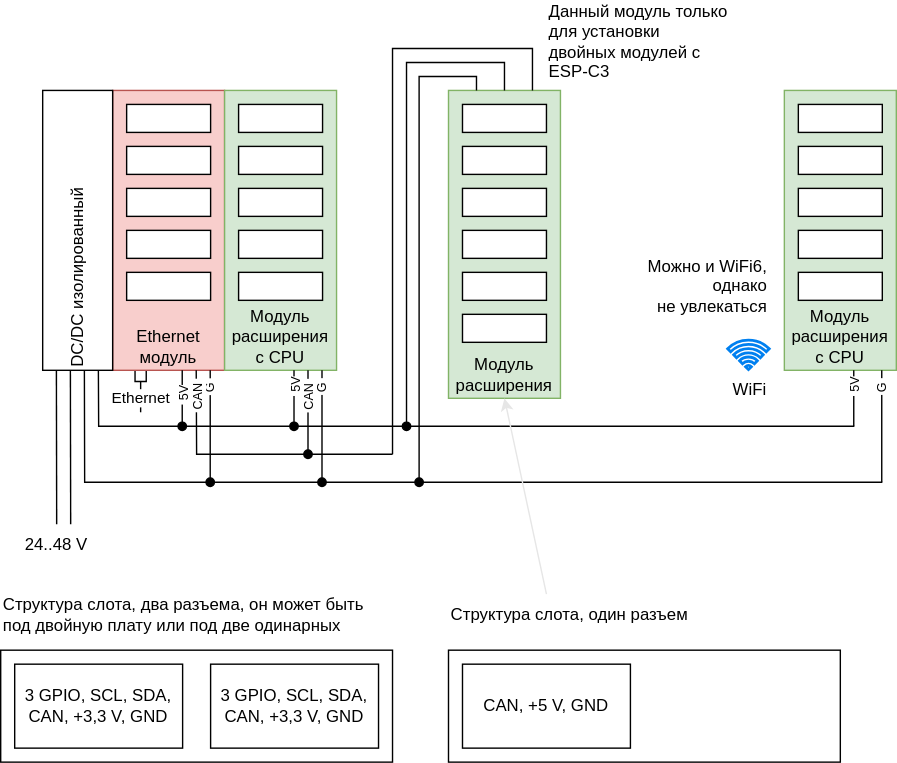
The draw.io diagram docs/esphome/pic/modules.svg in atitoff/CSH4, before a commit. Source tidied: cells renumbered, new cells last; positions are measured from the earlier drawing's top-left corner, leaving out a move shared by most shapes.
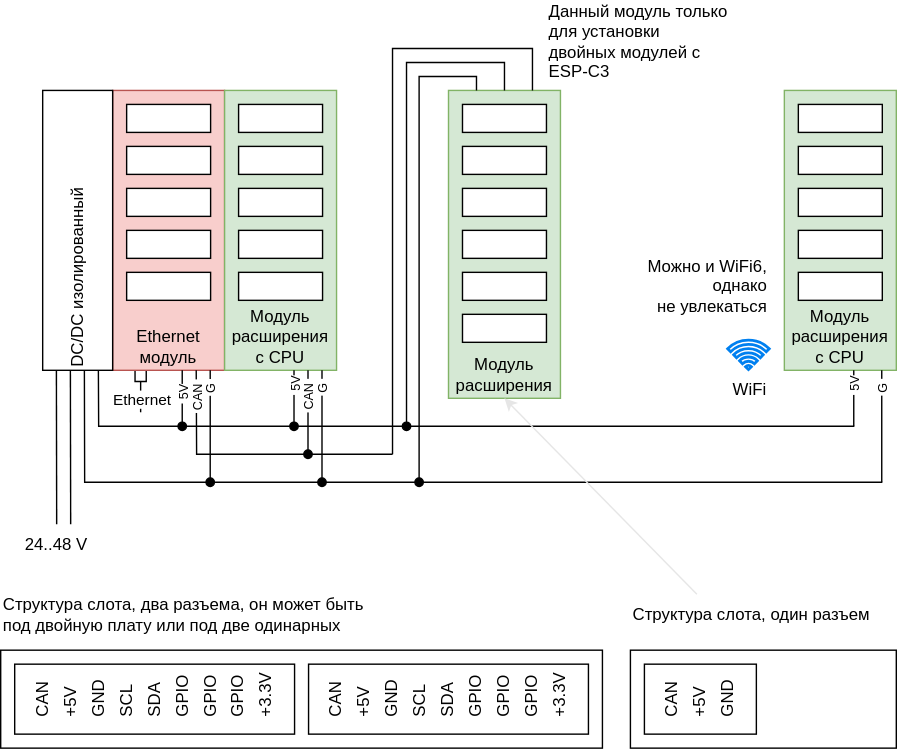
After the commit.

The edit, as a diff of the source:
```diff
@@ -200,17 +200,11 @@
       <mxGeometry x="450" y="175" width="99.7" height="30" as="geometry" />
     </mxCell>
     <mxCell id="46" style="rounded=0;whiteSpace=wrap;html=1;" parent="1" vertex="1">
-      <mxGeometry y="450" width="280" height="80" as="geometry" />
+      <mxGeometry y="450" width="430" height="70" as="geometry" />
     </mxCell>
-    <mxCell id="47" value="3 GPIO, SCL, SDA, CAN, +3,3 V, GND" style="rounded=0;whiteSpace=wrap;html=1;" parent="1" vertex="1">
-      <mxGeometry x="10" y="460" width="120" height="60" as="geometry" />
-    </mxCell>
     <mxCell id="48" value="Структура слота, два разъема, он может быть под двойную плату или под две одинарных" style="text;html=1;whiteSpace=wrap;strokeColor=none;fillColor=none;align=left;verticalAlign=middle;rounded=0;" parent="1" vertex="1">
       <mxGeometry y="410" width="280" height="30" as="geometry" />
     </mxCell>
-    <mxCell id="49" value="3 GPIO, SCL, SDA, CAN, +3,3 V, GND" style="rounded=0;whiteSpace=wrap;html=1;" parent="1" vertex="1">
-      <mxGeometry x="150" y="460" width="120" height="60" as="geometry" />
-    </mxCell>
     <mxCell id="50" value="Модуль расширения" style="rounded=0;whiteSpace=wrap;html=1;fillColor=#d5e8d4;strokeColor=#82b366;verticalAlign=bottom;" parent="1" vertex="1">
       <mxGeometry x="320" y="50" width="80" height="220" as="geometry" />
     </mxCell>
@@ -265,18 +259,87 @@
       <mxGeometry x="390" width="130" height="30" as="geometry" />
     </mxCell>
     <mxCell id="61" style="rounded=0;whiteSpace=wrap;html=1;" parent="1" vertex="1">
-      <mxGeometry x="320" y="450" width="280" height="80" as="geometry" />
+      <mxGeometry x="450" y="450" width="190" height="70" as="geometry" />
     </mxCell>
-    <mxCell id="62" value="CAN, +5 V, GND" style="rounded=0;whiteSpace=wrap;html=1;" parent="1" vertex="1">
-      <mxGeometry x="330" y="460" width="120" height="60" as="geometry" />
-    </mxCell>
     <mxCell id="63" value="Структура слота, один разъем" style="text;html=1;whiteSpace=wrap;strokeColor=none;fillColor=none;align=left;verticalAlign=middle;rounded=0;" parent="1" vertex="1">
-      <mxGeometry x="320" y="410" width="280" height="30" as="geometry" />
+      <mxGeometry x="450" y="410" width="190" height="30" as="geometry" />
     </mxCell>
     <mxCell id="64" style="endArrow=classic;html=1;rounded=0;exitX=0.25;exitY=0;exitDx=0;exitDy=0;strokeColor=#E6E6E6;" parent="1" edge="1" source="63">
       <mxGeometry relative="1" as="geometry">
         <mxPoint x="360" y="270" as="targetPoint" />
       </mxGeometry>
     </mxCell>
+    <mxCell id="65" value="CAN" style="text;html=1;whiteSpace=wrap;strokeColor=none;fillColor=none;align=left;verticalAlign=middle;rounded=0;horizontal=0;" parent="1" vertex="1">
+      <mxGeometry x="230" y="470" width="20" height="30" as="geometry" />
+    </mxCell>
+    <mxCell id="66" value="+5V" style="text;html=1;whiteSpace=wrap;strokeColor=none;fillColor=none;align=left;verticalAlign=middle;rounded=0;horizontal=0;" parent="1" vertex="1">
+      <mxGeometry x="250" y="470" width="20" height="30" as="geometry" />
+    </mxCell>
+    <mxCell id="67" value="GND" style="text;html=1;whiteSpace=wrap;strokeColor=none;fillColor=none;align=left;verticalAlign=middle;rounded=0;horizontal=0;" parent="1" vertex="1">
+      <mxGeometry x="270" y="470" width="20" height="30" as="geometry" />
+    </mxCell>
+    <mxCell id="68" value="SCL" style="text;html=1;whiteSpace=wrap;strokeColor=none;fillColor=none;align=left;verticalAlign=middle;rounded=0;horizontal=0;" parent="1" vertex="1">
+      <mxGeometry x="290" y="470" width="20" height="30" as="geometry" />
+    </mxCell>
+    <mxCell id="69" value="GPIO" style="text;html=1;whiteSpace=wrap;strokeColor=none;fillColor=none;align=left;verticalAlign=middle;rounded=0;horizontal=0;" parent="1" vertex="1">
+      <mxGeometry x="330" y="470" width="20" height="30" as="geometry" />
+    </mxCell>
+    <mxCell id="70" value="SDA" style="text;html=1;whiteSpace=wrap;strokeColor=none;fillColor=none;align=left;verticalAlign=middle;rounded=0;horizontal=0;" parent="1" vertex="1">
+      <mxGeometry x="310" y="470" width="20" height="30" as="geometry" />
+    </mxCell>
+    <mxCell id="71" value="GPIO" style="text;html=1;whiteSpace=wrap;strokeColor=none;fillColor=none;align=left;verticalAlign=middle;rounded=0;horizontal=0;" parent="1" vertex="1">
+      <mxGeometry x="350" y="470" width="20" height="30" as="geometry" />
+    </mxCell>
+    <mxCell id="72" value="GPIO" style="text;html=1;whiteSpace=wrap;strokeColor=none;fillColor=none;align=left;verticalAlign=middle;rounded=0;horizontal=0;" parent="1" vertex="1">
+      <mxGeometry x="370" y="470" width="20" height="30" as="geometry" />
+    </mxCell>
+    <mxCell id="73" value="+3.3V" style="text;html=1;whiteSpace=wrap;strokeColor=none;fillColor=none;align=left;verticalAlign=middle;rounded=0;horizontal=0;" parent="1" vertex="1">
+      <mxGeometry x="390" y="470" width="20" height="30" as="geometry" />
+    </mxCell>
+    <mxCell id="74" value="CAN" style="text;html=1;whiteSpace=wrap;strokeColor=none;fillColor=none;align=left;verticalAlign=middle;rounded=0;horizontal=0;" parent="1" vertex="1">
+      <mxGeometry x="470" y="470" width="20" height="30" as="geometry" />
+    </mxCell>
+    <mxCell id="75" value="+5V" style="text;html=1;whiteSpace=wrap;strokeColor=none;fillColor=none;align=left;verticalAlign=middle;rounded=0;horizontal=0;" parent="1" vertex="1">
+      <mxGeometry x="490" y="470" width="20" height="30" as="geometry" />
+    </mxCell>
+    <mxCell id="76" value="GND" style="text;html=1;whiteSpace=wrap;strokeColor=none;fillColor=none;align=left;verticalAlign=middle;rounded=0;horizontal=0;" parent="1" vertex="1">
+      <mxGeometry x="510" y="470" width="20" height="30" as="geometry" />
+    </mxCell>
+    <mxCell id="77" style="rounded=0;whiteSpace=wrap;html=1;fillColor=none;" parent="1" vertex="1">
+      <mxGeometry x="220" y="460" width="200" height="50" as="geometry" />
+    </mxCell>
+    <mxCell id="78" style="rounded=0;whiteSpace=wrap;html=1;fillColor=none;" parent="1" vertex="1">
+      <mxGeometry x="460" y="460" width="80" height="50" as="geometry" />
+    </mxCell>
+    <mxCell id="79" value="CAN" style="text;html=1;whiteSpace=wrap;strokeColor=none;fillColor=none;align=left;verticalAlign=middle;rounded=0;horizontal=0;" parent="1" vertex="1">
+      <mxGeometry x="20" y="470" width="20" height="30" as="geometry" />
+    </mxCell>
+    <mxCell id="80" value="+5V" style="text;html=1;whiteSpace=wrap;strokeColor=none;fillColor=none;align=left;verticalAlign=middle;rounded=0;horizontal=0;" parent="1" vertex="1">
+      <mxGeometry x="40" y="470" width="20" height="30" as="geometry" />
+    </mxCell>
+    <mxCell id="81" value="GND" style="text;html=1;whiteSpace=wrap;strokeColor=none;fillColor=none;align=left;verticalAlign=middle;rounded=0;horizontal=0;" parent="1" vertex="1">
+      <mxGeometry x="60" y="470" width="20" height="30" as="geometry" />
+    </mxCell>
+    <mxCell id="82" value="SCL" style="text;html=1;whiteSpace=wrap;strokeColor=none;fillColor=none;align=left;verticalAlign=middle;rounded=0;horizontal=0;" parent="1" vertex="1">
+      <mxGeometry x="80" y="470" width="20" height="30" as="geometry" />
+    </mxCell>
+    <mxCell id="83" value="GPIO" style="text;html=1;whiteSpace=wrap;strokeColor=none;fillColor=none;align=left;verticalAlign=middle;rounded=0;horizontal=0;" parent="1" vertex="1">
+      <mxGeometry x="120" y="470" width="20" height="30" as="geometry" />
+    </mxCell>
+    <mxCell id="84" value="SDA" style="text;html=1;whiteSpace=wrap;strokeColor=none;fillColor=none;align=left;verticalAlign=middle;rounded=0;horizontal=0;" parent="1" vertex="1">
+      <mxGeometry x="100" y="470" width="20" height="30" as="geometry" />
+    </mxCell>
+    <mxCell id="85" value="GPIO" style="text;html=1;whiteSpace=wrap;strokeColor=none;fillColor=none;align=left;verticalAlign=middle;rounded=0;horizontal=0;" parent="1" vertex="1">
+      <mxGeometry x="140" y="470" width="20" height="30" as="geometry" />
+    </mxCell>
+    <mxCell id="86" value="GPIO" style="text;html=1;whiteSpace=wrap;strokeColor=none;fillColor=none;align=left;verticalAlign=middle;rounded=0;horizontal=0;" parent="1" vertex="1">
+      <mxGeometry x="160" y="470" width="20" height="30" as="geometry" />
+    </mxCell>
+    <mxCell id="87" value="+3.3V" style="text;html=1;whiteSpace=wrap;strokeColor=none;fillColor=none;align=left;verticalAlign=middle;rounded=0;horizontal=0;" parent="1" vertex="1">
+      <mxGeometry x="180" y="470" width="20" height="30" as="geometry" />
+    </mxCell>
+    <mxCell id="88" style="rounded=0;whiteSpace=wrap;html=1;fillColor=none;" parent="1" vertex="1">
+      <mxGeometry x="10" y="460" width="200" height="50" as="geometry" />
+    </mxCell>
   </root>
 </mxGraphModel>
```
